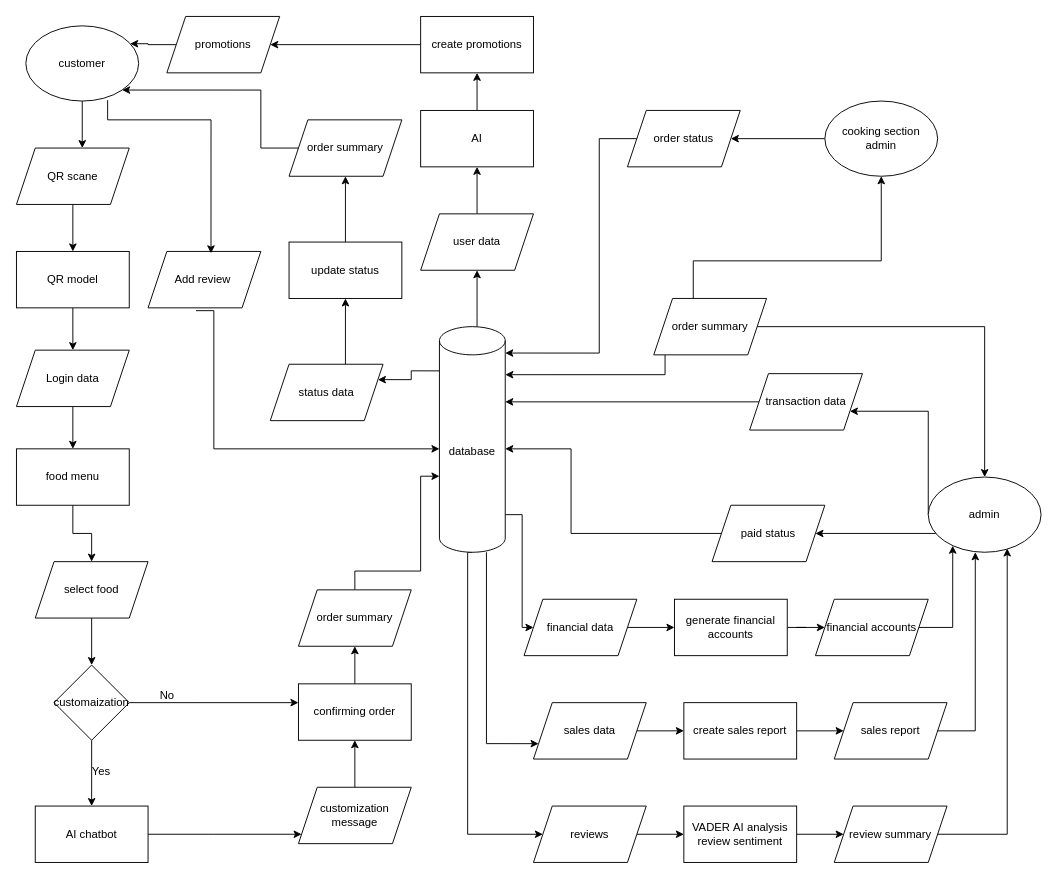
Above: rms 2 Diagram.drawio in deleshan/puthurep (draw.io), before the change. Source tidied: cells renumbered, new cells numbered last; positions are measured from the earlier drawing's top-left corner, leaving out a move shared by most shapes. Both pictures are drawn from the tidied source at 94%, with x=0, y=0 at pixel (16, 16).
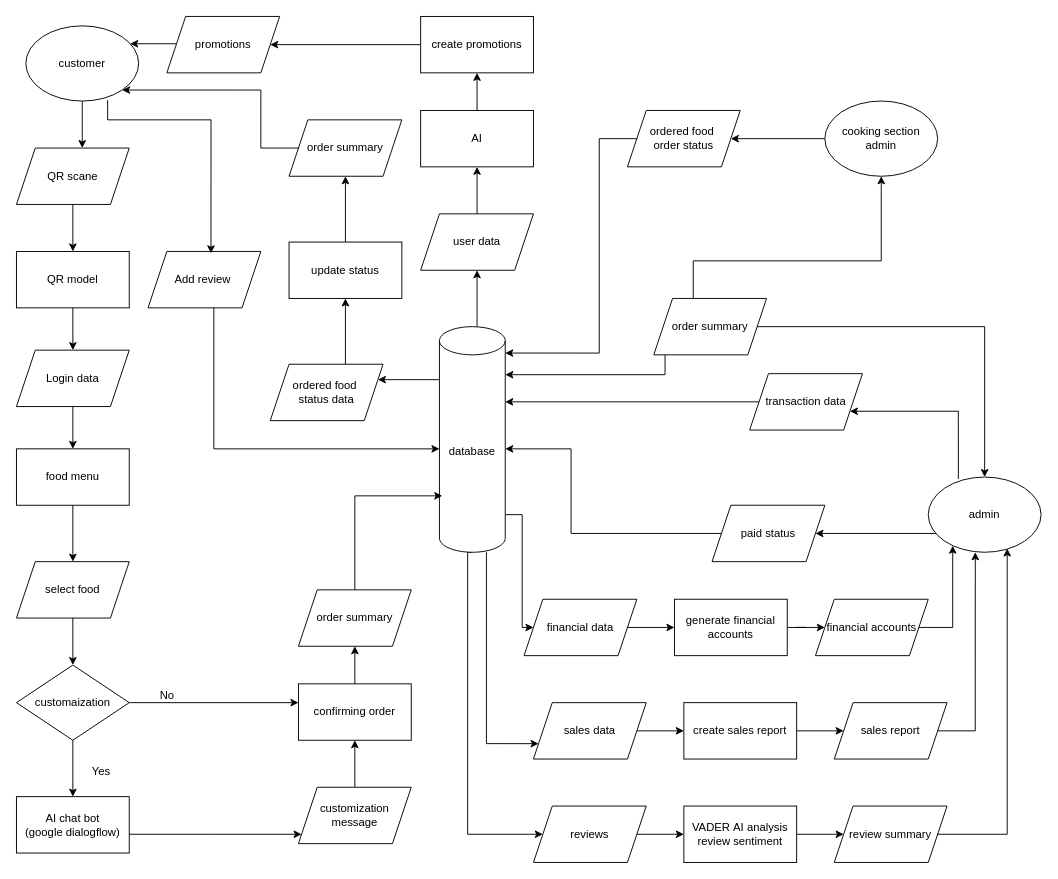
Above is the later version.

Unchanged cells that the change refers to:
```xml
<mxCell id="8" value="admin" style="ellipse;whiteSpace=wrap;html=1;" parent="1" vertex="1">
  <mxGeometry x="970" y="490" width="120" height="80" as="geometry" />
</mxCell>
<mxCell id="16" value="database" style="shape=cylinder3;whiteSpace=wrap;html=1;boundedLbl=1;backgroundOutline=1;size=15;" parent="1" vertex="1">
  <mxGeometry x="450" y="330" width="70" height="240" as="geometry" />
</mxCell>
<mxCell id="33" value="order summary" style="shape=parallelogram;perimeter=parallelogramPerimeter;whiteSpace=wrap;html=1;fixedSize=1;" parent="1" vertex="1">
  <mxGeometry x="300" y="610" width="120" height="60" as="geometry" />
</mxCell>
<mxCell id="39" value="promotions" style="shape=parallelogram;perimeter=parallelogramPerimeter;whiteSpace=wrap;html=1;fixedSize=1;" parent="1" vertex="1">
  <mxGeometry x="160" width="120" height="60" as="geometry" />
</mxCell>
<mxCell id="53" value="customer" style="ellipse;whiteSpace=wrap;html=1;" parent="1" vertex="1">
  <mxGeometry x="10" y="10" width="120" height="80" as="geometry" />
</mxCell>
<mxCell id="64" value="transaction data" style="shape=parallelogram;perimeter=parallelogramPerimeter;whiteSpace=wrap;html=1;fixedSize=1;" parent="1" vertex="1">
  <mxGeometry x="780" y="380" width="120" height="60" as="geometry" />
</mxCell>
<mxCell id="80" value="Add review&amp;nbsp;" style="shape=parallelogram;perimeter=parallelogramPerimeter;whiteSpace=wrap;html=1;fixedSize=1;" parent="1" vertex="1">
  <mxGeometry x="140" y="250" width="120" height="60" as="geometry" />
</mxCell>
```

Change to the diagram source:
```diff
@@
-    <mxCell id="7" style="edgeStyle=orthogonalEdgeStyle;rounded=0;jettySize=auto;html=1;" parent="1" edge="1" source="8" target="64">
+    <mxCell id="7" style="edgeStyle=orthogonalEdgeStyle;rounded=0;jettySize=auto;html=1;exitX=0.267;exitY=0.025;exitDx=0;exitDy=0;exitPerimeter=0;" parent="1" edge="1" source="8" target="64">
       <mxGeometry relative="1" as="geometry">
         <Array as="points">
-          <mxPoint x="970" y="420" />
+          <mxPoint x="1002" y="420" />
         </Array>
       </mxGeometry>
     </mxCell>
@@
     <mxCell id="15" style="edgeStyle=orthogonalEdgeStyle;rounded=0;jettySize=auto;html=1;entryX=1;entryY=0.25;entryDx=0;entryDy=0;exitX=0.029;exitY=0.196;exitDx=0;exitDy=0;exitPerimeter=0;" parent="1" edge="1" source="16" target="70">
-      <mxGeometry relative="1" as="geometry" />
+      <mxGeometry relative="1" as="geometry">
+        <Array as="points">
+          <mxPoint x="452" y="386" />
+        </Array>
+      </mxGeometry>
     </mxCell>
@@
     <mxCell id="22" value="select food" style="shape=parallelogram;perimeter=parallelogramPerimeter;whiteSpace=wrap;html=1;fixedSize=1;" parent="1" vertex="1">
-      <mxGeometry x="20" y="580" width="120" height="60" as="geometry" />
+      <mxGeometry y="580" width="120" height="60" as="geometry" />
     </mxCell>
@@
     <mxCell id="25" value="customaization" style="rhombus;whiteSpace=wrap;html=1;" parent="1" vertex="1">
-      <mxGeometry x="40" y="690" width="80" height="80" as="geometry" />
+      <mxGeometry y="690" width="120" height="80" as="geometry" />
     </mxCell>
@@
-    <mxCell id="27" value="AI chatbot" style="rounded=0;whiteSpace=wrap;html=1;" parent="1" vertex="1">
-      <mxGeometry x="20" y="840" width="120" height="60" as="geometry" />
+    <mxCell id="27" value="&lt;div&gt;AI chat bot&lt;/div&gt;&lt;div&gt;(google dialogflow)&lt;/div&gt;" style="rounded=0;whiteSpace=wrap;html=1;" parent="1" vertex="1">
+      <mxGeometry y="830" width="120" height="60" as="geometry" />
     </mxCell>
@@
-    <mxCell id="32" style="edgeStyle=orthogonalEdgeStyle;rounded=0;jettySize=auto;html=1;entryX=0;entryY=0.663;entryDx=0;entryDy=0;entryPerimeter=0;" parent="1" edge="1" source="33" target="16">
+    <mxCell id="32" style="edgeStyle=orthogonalEdgeStyle;rounded=0;jettySize=auto;html=1;exitX=0.5;exitY=0;exitDx=0;exitDy=0;entryX=0.043;entryY=0.75;entryDx=0;entryDy=0;entryPerimeter=0;" parent="1" edge="1" source="33" target="16">
       <mxGeometry relative="1" as="geometry">
         <Array as="points">
-          <mxPoint x="360" y="590" />
-          <mxPoint x="430" y="590" />
-          <mxPoint x="430" y="489" />
+          <mxPoint x="360" y="510" />
         </Array>
       </mxGeometry>
     </mxCell>
@@
     <mxCell id="38" style="edgeStyle=orthogonalEdgeStyle;rounded=0;jettySize=auto;html=1;entryX=0.925;entryY=0.238;entryDx=0;entryDy=0;entryPerimeter=0;" parent="1" edge="1" source="39" target="53">
-      <mxGeometry relative="1" as="geometry" />
+      <mxGeometry relative="1" as="geometry">
+        <Array as="points">
+          <mxPoint x="121" y="30" />
+        </Array>
+      </mxGeometry>
     </mxCell>
@@
-    <mxCell id="40" value="order status" style="shape=parallelogram;perimeter=parallelogramPerimeter;whiteSpace=wrap;html=1;fixedSize=1;" parent="1" vertex="1">
+    <mxCell id="40" value="&lt;div&gt;ordered food&amp;nbsp;&lt;/div&gt;order status" style="shape=parallelogram;perimeter=parallelogramPerimeter;whiteSpace=wrap;html=1;fixedSize=1;" parent="1" vertex="1">
       <mxGeometry x="650" y="100" width="120" height="60" as="geometry" />
     </mxCell>
@@
-    <mxCell id="70" value="status data" style="shape=parallelogram;perimeter=parallelogramPerimeter;whiteSpace=wrap;html=1;fixedSize=1;" parent="1" vertex="1">
+    <mxCell id="70" value="&lt;div&gt;ordered food&amp;nbsp;&lt;/div&gt;&lt;div&gt;status data&lt;/div&gt;" style="shape=parallelogram;perimeter=parallelogramPerimeter;whiteSpace=wrap;html=1;fixedSize=1;" parent="1" vertex="1">
       <mxGeometry x="270" y="370" width="120" height="60" as="geometry" />
     </mxCell>
@@
-    <mxCell id="82" style="edgeStyle=orthogonalEdgeStyle;rounded=0;jettySize=auto;html=1;exitX=0.425;exitY=1.05;exitDx=0;exitDy=0;exitPerimeter=0;" parent="1" edge="1" source="80">
+    <mxCell id="82" style="edgeStyle=orthogonalEdgeStyle;rounded=0;orthogonalLoop=1;jettySize=auto;html=1;" parent="1" edge="1">
       <mxGeometry relative="1" as="geometry">
+        <mxPoint x="210" y="310" as="sourcePoint" />
         <mxPoint x="450" y="460" as="targetPoint" />
         <Array as="points">
           <mxPoint x="210" y="313" />
           <mxPoint x="210" y="460" />
         </Array>
       </mxGeometry>
     </mxCell>
```
